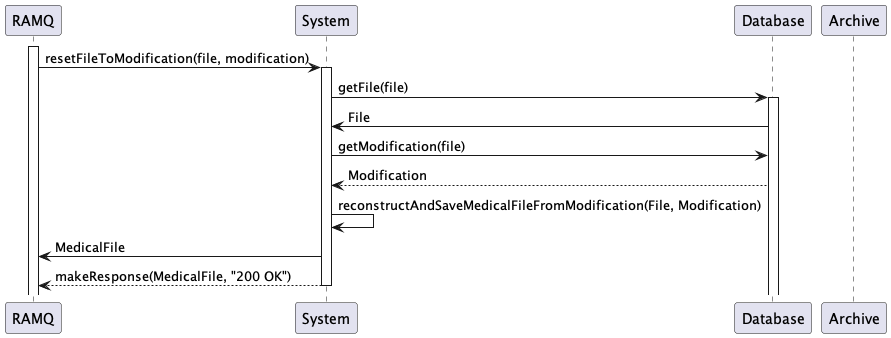
Before: plantUml/sequence-reconstruct-Modification.png, a diagram exported from PlantUML (KevenJAntenor/Quebec-Centralized-Medical-Record-System).
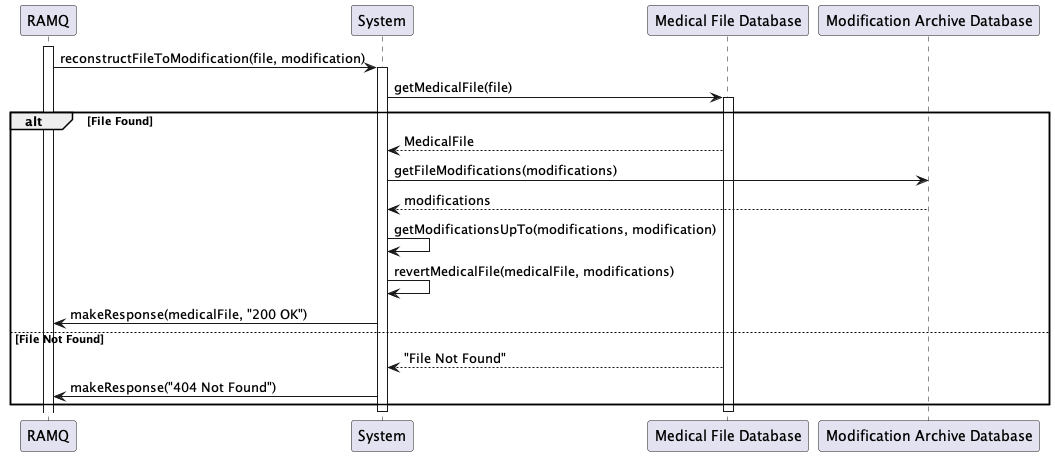
After the change.

Commit message:
Fix exisiting sequence diagram

What changed in the source:
```diff
@@ -2,21 +2,26 @@
 
 participant "RAMQ" as RAMQ
 participant "System" as System
-participant "Database" as Database
+participant "Medical File Database" as MedicalFileDatabase
+participant "Modification Archive Database" as ModificationArchiveDatabase
 
 activate RAMQ
-RAMQ -> System: resetFileToModification(file, modification)
+RAMQ -> System: reconstructFileToModification(file, modification)
 activate System
-System -> Database: getFile(file)
-activate Database
-Database -> System: File
-System -> Database: getModification(file)
-Database --> System: Modification
-deactivate Archive
-System -> System: reconstructAndSaveMedicalFileFromModification(File, Modification)
-System -> RAMQ: MedicalFile
-System --> RAMQ: makeResponse(MedicalFile, "200 OK")
-
+System -> MedicalFileDatabase: getMedicalFile(file)
+activate MedicalFileDatabase
+alt File Found
+    MedicalFileDatabase --> System: MedicalFile
+    System -> ModificationArchiveDatabase: getFileModifications(modifications)
+    ModificationArchiveDatabase --> System: modifications
+    System -> System : getModificationsUpTo(modifications, modification)
+    System -> System : revertMedicalFile(medicalFile, modifications)
+    System -> RAMQ: makeResponse(medicalFile, "200 OK")
+else File Not Found
+    MedicalFileDatabase --> System: "File Not Found"
+    System -> RAMQ: makeResponse("404 Not Found")
+end
+deactivate MedicalFileDatabase
 deactivate System
 
 @enduml
```
